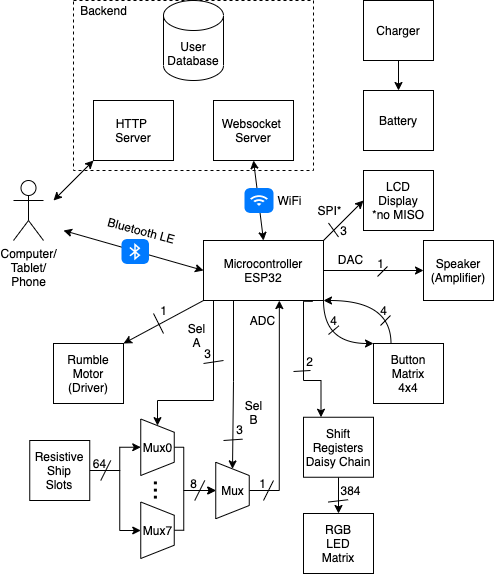
Sink-or-be-Sunk/Websocket_Server keeps this draw.io diagram as docs/diagrams/dest/FBD/FBD.png. Above is the earlier version. Source tidied: cells renumbered, new cells last; positions are measured from the earlier drawing's top-left corner, leaving out a move shared by most shapes. Its diagram source:
```xml
<mxGraphModel>
  <root>
    <mxCell id="0" />
    <mxCell id="1" parent="0" />
    <mxCell id="2" style="edgeStyle=orthogonalEdgeStyle;rounded=0;jumpStyle=none;jettySize=auto;html=1;exitX=0.25;exitY=1;exitDx=0;exitDy=0;startArrow=none;startFill=0;entryX=0;entryY=0.5;entryDx=0;entryDy=0;" parent="1" edge="1" source="6" target="52">
      <mxGeometry relative="1" as="geometry" />
    </mxCell>
    <mxCell id="3" style="edgeStyle=orthogonalEdgeStyle;rounded=0;jumpStyle=none;jettySize=auto;html=1;exitX=0.25;exitY=1;exitDx=0;exitDy=0;entryX=0;entryY=0.5;entryDx=0;entryDy=0;startArrow=none;startFill=0;" parent="1" edge="1" source="6" target="45">
      <mxGeometry relative="1" as="geometry">
        <Array as="points">
          <mxPoint x="200" y="300" />
          <mxPoint x="200" y="400" />
          <mxPoint x="144" y="400" />
        </Array>
      </mxGeometry>
    </mxCell>
    <mxCell id="4" style="edgeStyle=orthogonalEdgeStyle;jumpStyle=none;jettySize=auto;html=1;exitX=1;exitY=1;exitDx=0;exitDy=0;entryX=0;entryY=0;entryDx=0;entryDy=0;startArrow=none;startFill=0;curved=1;" parent="1" edge="1" source="6" target="29">
      <mxGeometry relative="1" as="geometry">
        <Array as="points">
          <mxPoint x="310" y="343" />
        </Array>
      </mxGeometry>
    </mxCell>
    <mxCell id="5" style="edgeStyle=orthogonalEdgeStyle;jumpStyle=none;jettySize=auto;html=1;exitX=0.91;exitY=1.014;exitDx=0;exitDy=0;entryX=0.25;entryY=0;entryDx=0;entryDy=0;startArrow=none;startFill=0;rounded=0;exitPerimeter=0;" parent="1" edge="1" source="6" target="22">
      <mxGeometry relative="1" as="geometry">
        <Array as="points">
          <mxPoint x="290" y="301" />
          <mxPoint x="290" y="380" />
          <mxPoint x="308" y="380" />
        </Array>
      </mxGeometry>
    </mxCell>
    <mxCell id="6" value="Microcontroller&lt;br&gt;ESP32" style="whiteSpace=wrap;html=1;" parent="1" vertex="1">
      <mxGeometry x="190" y="240" width="120" height="60" as="geometry" />
    </mxCell>
    <mxCell id="7" value="Websocket &lt;br&gt;Server" style="whiteSpace=wrap;html=1;" parent="1" vertex="1">
      <mxGeometry x="200" y="100" width="80" height="60" as="geometry" />
    </mxCell>
    <mxCell id="8" value="HTTP &lt;br&gt;Server" style="whiteSpace=wrap;html=1;" parent="1" vertex="1">
      <mxGeometry x="80" y="100" width="80" height="60" as="geometry" />
    </mxCell>
    <mxCell id="9" value="User&lt;br&gt;Database" style="shape=cylinder3;whiteSpace=wrap;html=1;boundedLbl=1;backgroundOutline=1;size=15;" parent="1" vertex="1">
      <mxGeometry x="150" width="60" height="80" as="geometry" />
    </mxCell>
    <mxCell id="10" value="Computer/&lt;br&gt;Tablet/&lt;br&gt;Phone" style="shape=umlActor;verticalLabelPosition=bottom;verticalAlign=top;html=1;" parent="1" vertex="1">
      <mxGeometry y="180" width="30" height="60" as="geometry" />
    </mxCell>
    <mxCell id="11" style="endArrow=classic;startArrow=classic;html=1;entryX=0;entryY=1;entryDx=0;entryDy=0;" parent="1" edge="1" target="8">
      <mxGeometry relative="1" as="geometry">
        <mxPoint x="40" y="200" as="sourcePoint" />
      </mxGeometry>
    </mxCell>
    <mxCell id="12" style="endArrow=classic;startArrow=classic;html=1;exitX=0;exitY=0.5;exitDx=0;exitDy=0;" parent="1" edge="1" source="6">
      <mxGeometry relative="1" as="geometry">
        <mxPoint x="50" y="230" as="targetPoint" />
      </mxGeometry>
    </mxCell>
    <mxCell id="13" value="Bluetooth LE" style="text;html=1;align=center;verticalAlign=middle;strokeColor=none;rotation=15;" parent="1" vertex="1">
      <mxGeometry x="88" y="219.5" width="80" height="20" as="geometry" />
    </mxCell>
    <mxCell id="14" style="html=1;strokeWidth=1;shadow=0;dashed=0;shape=mxgraph.ios7.misc.bluetooth;fillColor=#007AFF;strokeColor=none;buttonText=;strokeColor2=#222222;fontColor=#222222;fontSize=8;verticalLabelPosition=bottom;verticalAlign=top;align=center;" parent="1" vertex="1">
      <mxGeometry x="108" y="238.5" width="27.5" height="25" as="geometry" />
    </mxCell>
    <mxCell id="15" style="endArrow=classic;startArrow=classic;html=1;entryX=0.5;entryY=1;entryDx=0;entryDy=0;exitX=0.5;exitY=0;exitDx=0;exitDy=0;" parent="1" edge="1" source="6" target="7">
      <mxGeometry relative="1" as="geometry" />
    </mxCell>
    <mxCell id="16" style="html=1;strokeWidth=1;shadow=0;dashed=0;shape=mxgraph.ios7.misc.wifi;fillColor=#007AFF;strokeColor=none;buttonText=;strokeColor2=#222222;fontColor=#222222;fontSize=8;verticalLabelPosition=bottom;verticalAlign=top;align=center;" parent="1" vertex="1">
      <mxGeometry x="231" y="187.5" width="29" height="25" as="geometry" />
    </mxCell>
    <mxCell id="17" value="WiFi" style="text;html=1;align=center;verticalAlign=middle;strokeColor=none;" parent="1" vertex="1">
      <mxGeometry x="256" y="190" width="40" height="20" as="geometry" />
    </mxCell>
    <mxCell id="18" style="rounded=0;whiteSpace=wrap;html=1;fillColor=none;dashed=1;" parent="1" vertex="1">
      <mxGeometry x="60" width="240" height="170" as="geometry" />
    </mxCell>
    <mxCell id="19" value="Backend" style="text;html=1;align=center;verticalAlign=middle;strokeColor=none;" parent="1" vertex="1">
      <mxGeometry x="60" width="60" height="20" as="geometry" />
    </mxCell>
    <mxCell id="20" value="Rumble&lt;br&gt;Motor (Driver)" style="rounded=0;whiteSpace=wrap;html=1;" parent="1" vertex="1">
      <mxGeometry x="40" y="343" width="70" height="60" as="geometry" />
    </mxCell>
    <mxCell id="21" style="edgeStyle=orthogonalEdgeStyle;rounded=0;jumpStyle=none;jettySize=auto;html=1;exitX=0.5;exitY=1;exitDx=0;exitDy=0;entryX=0.5;entryY=0;entryDx=0;entryDy=0;startArrow=none;startFill=0;" parent="1" edge="1" source="22" target="72">
      <mxGeometry relative="1" as="geometry" />
    </mxCell>
    <mxCell id="22" value="Shift&lt;br&gt;Registers&lt;br&gt;Daisy Chain" style="rounded=0;whiteSpace=wrap;html=1;" parent="1" vertex="1">
      <mxGeometry x="290" y="416.8" width="70" height="60" as="geometry" />
    </mxCell>
    <mxCell id="23" style="edgeStyle=orthogonalEdgeStyle;rounded=0;jettySize=auto;html=1;strokeColor=#000000;" parent="1" edge="1" source="24" target="75">
      <mxGeometry relative="1" as="geometry" />
    </mxCell>
    <mxCell id="24" value="Charger" style="rounded=0;whiteSpace=wrap;html=1;" parent="1" vertex="1">
      <mxGeometry x="350" width="70" height="60" as="geometry" />
    </mxCell>
    <mxCell id="25" value="Speaker&lt;br&gt;(Amplifier)" style="rounded=0;whiteSpace=wrap;html=1;" parent="1" vertex="1">
      <mxGeometry x="410" y="240" width="70" height="60" as="geometry" />
    </mxCell>
    <mxCell id="26" value="SPI*" style="text;html=1;align=center;verticalAlign=middle;strokeColor=none;" parent="1" vertex="1">
      <mxGeometry x="296" y="200" width="40" height="20" as="geometry" />
    </mxCell>
    <mxCell id="27" value="DAC" style="text;html=1;align=center;verticalAlign=middle;strokeColor=none;" parent="1" vertex="1">
      <mxGeometry x="317" y="249" width="40" height="20" as="geometry" />
    </mxCell>
    <mxCell id="28" style="edgeStyle=orthogonalEdgeStyle;jumpStyle=none;jettySize=auto;html=1;exitX=0.25;exitY=0;exitDx=0;exitDy=0;entryX=1;entryY=1;entryDx=0;entryDy=0;startArrow=none;startFill=0;curved=1;" parent="1" edge="1" source="29" target="6">
      <mxGeometry relative="1" as="geometry">
        <Array as="points">
          <mxPoint x="377" y="300" />
        </Array>
      </mxGeometry>
    </mxCell>
    <mxCell id="29" value="Button&lt;br&gt;Matrix&lt;br&gt;4x4" style="rounded=0;whiteSpace=wrap;html=1;" parent="1" vertex="1">
      <mxGeometry x="360" y="343" width="70" height="60" as="geometry" />
    </mxCell>
    <mxCell id="30" style="endArrow=none;html=1;" parent="1" edge="1">
      <mxGeometry relative="1" as="geometry">
        <mxPoint x="150" y="333" as="sourcePoint" />
        <mxPoint x="140" y="313" as="targetPoint" />
      </mxGeometry>
    </mxCell>
    <mxCell id="31" value="1" style="text;html=1;align=center;verticalAlign=middle;strokeColor=none;" parent="1" vertex="1">
      <mxGeometry x="140" y="300" width="20" height="20" as="geometry" />
    </mxCell>
    <mxCell id="32" style="endArrow=none;html=1;entryX=1.024;entryY=1.063;entryDx=0;entryDy=0;entryPerimeter=0;" parent="1" edge="1">
      <mxGeometry relative="1" as="geometry">
        <mxPoint x="315" y="334" as="sourcePoint" />
        <mxPoint x="325.5" y="325.3" as="targetPoint" />
      </mxGeometry>
    </mxCell>
    <mxCell id="33" value="4" style="text;html=1;align=center;verticalAlign=middle;strokeColor=none;" parent="1" vertex="1">
      <mxGeometry x="310" y="310" width="20" height="20" as="geometry" />
    </mxCell>
    <mxCell id="34" style="endArrow=classic;html=1;entryX=1;entryY=0;entryDx=0;entryDy=0;exitX=0;exitY=1;exitDx=0;exitDy=0;" parent="1" edge="1" source="6" target="20">
      <mxGeometry relative="1" as="geometry" />
    </mxCell>
    <mxCell id="35" value="LCD&lt;br&gt;Display&lt;br&gt;&lt;span&gt;*no MISO&lt;/span&gt;" style="rounded=0;whiteSpace=wrap;html=1;" parent="1" vertex="1">
      <mxGeometry x="350" y="170" width="70" height="60" as="geometry" />
    </mxCell>
    <mxCell id="36" style="endArrow=classic;html=1;exitX=1;exitY=0.5;exitDx=0;exitDy=0;entryX=0;entryY=0.5;entryDx=0;entryDy=0;" parent="1" edge="1" source="6" target="25">
      <mxGeometry relative="1" as="geometry" />
    </mxCell>
    <mxCell id="37" style="endArrow=classic;html=1;entryX=0;entryY=0.5;entryDx=0;entryDy=0;exitX=1;exitY=0;exitDx=0;exitDy=0;" parent="1" edge="1" source="6" target="35">
      <mxGeometry relative="1" as="geometry" />
    </mxCell>
    <mxCell id="38" style="endArrow=none;html=1;" parent="1" edge="1">
      <mxGeometry relative="1" as="geometry">
        <mxPoint x="325" y="236.5" as="sourcePoint" />
        <mxPoint x="315" y="222.5" as="targetPoint" />
      </mxGeometry>
    </mxCell>
    <mxCell id="39" style="endArrow=none;html=1;" parent="1" edge="1">
      <mxGeometry relative="1" as="geometry">
        <mxPoint x="364" y="276" as="sourcePoint" />
        <mxPoint x="374" y="266" as="targetPoint" />
      </mxGeometry>
    </mxCell>
    <mxCell id="40" value="1" style="text;html=1;align=center;verticalAlign=middle;strokeColor=none;" parent="1" vertex="1">
      <mxGeometry x="357" y="253" width="20" height="20" as="geometry" />
    </mxCell>
    <mxCell id="41" style="edgeStyle=orthogonalEdgeStyle;rounded=0;jumpStyle=none;jettySize=auto;html=1;exitX=1;exitY=0.5;exitDx=0;exitDy=0;startArrow=none;startFill=0;entryX=0.5;entryY=1;entryDx=0;entryDy=0;" parent="1" edge="1" source="43" target="45">
      <mxGeometry relative="1" as="geometry">
        <Array as="points">
          <mxPoint x="106.2" y="470" />
          <mxPoint x="106.2" y="447" />
        </Array>
      </mxGeometry>
    </mxCell>
    <mxCell id="42" style="edgeStyle=orthogonalEdgeStyle;rounded=0;jumpStyle=none;jettySize=auto;html=1;exitX=1;exitY=0.5;exitDx=0;exitDy=0;startArrow=none;startFill=0;" parent="1" edge="1" source="43">
      <mxGeometry relative="1" as="geometry">
        <mxPoint x="127.2" y="530" as="targetPoint" />
        <Array as="points">
          <mxPoint x="106.2" y="470" />
          <mxPoint x="106.2" y="530" />
        </Array>
      </mxGeometry>
    </mxCell>
    <mxCell id="43" value="Resistive&lt;br&gt;Ship&lt;br&gt;Slots" style="rounded=0;whiteSpace=wrap;html=1;" parent="1" vertex="1">
      <mxGeometry x="16.2" y="440" width="60" height="60" as="geometry" />
    </mxCell>
    <mxCell id="44" style="edgeStyle=orthogonalEdgeStyle;rounded=0;jumpStyle=none;jettySize=auto;html=1;exitX=0.5;exitY=0;exitDx=0;exitDy=0;startArrow=none;startFill=0;entryX=0.5;entryY=1;entryDx=0;entryDy=0;" parent="1" edge="1" source="45" target="52">
      <mxGeometry relative="1" as="geometry">
        <Array as="points">
          <mxPoint x="170.2" y="447" />
          <mxPoint x="170.2" y="490" />
        </Array>
      </mxGeometry>
    </mxCell>
    <mxCell id="45" style="shape=trapezoid;perimeter=trapezoidPerimeter;whiteSpace=wrap;html=1;fixedSize=1;rotation=90;size=13.25;" parent="1" vertex="1">
      <mxGeometry x="115.8" y="430" width="56.5" height="33.5" as="geometry" />
    </mxCell>
    <mxCell id="46" value="Mux0" style="text;html=1;align=center;verticalAlign=middle;strokeColor=none;" parent="1" vertex="1">
      <mxGeometry x="124" y="436.8" width="40" height="20" as="geometry" />
    </mxCell>
    <mxCell id="47" value="&lt;font style=&quot;font-size: 26px&quot;&gt;...&lt;/font&gt;" style="text;html=1;align=center;verticalAlign=middle;strokeColor=none;rotation=90;" parent="1" vertex="1">
      <mxGeometry x="130.2" y="480" width="40" height="20" as="geometry" />
    </mxCell>
    <mxCell id="48" style="edgeStyle=orthogonalEdgeStyle;rounded=0;jumpStyle=none;jettySize=auto;html=1;exitX=0.5;exitY=0;exitDx=0;exitDy=0;entryX=0.5;entryY=1;entryDx=0;entryDy=0;startArrow=none;startFill=0;" parent="1" edge="1" source="49" target="52">
      <mxGeometry relative="1" as="geometry">
        <Array as="points">
          <mxPoint x="170.2" y="530" />
          <mxPoint x="170.2" y="490" />
        </Array>
      </mxGeometry>
    </mxCell>
    <mxCell id="49" style="shape=trapezoid;perimeter=trapezoidPerimeter;whiteSpace=wrap;html=1;fixedSize=1;rotation=90;size=13.25;" parent="1" vertex="1">
      <mxGeometry x="115.8" y="513" width="56.5" height="33.5" as="geometry" />
    </mxCell>
    <mxCell id="50" value="Mux7" style="text;html=1;align=center;verticalAlign=middle;strokeColor=none;" parent="1" vertex="1">
      <mxGeometry x="124.2" y="519.8" width="40" height="20" as="geometry" />
    </mxCell>
    <mxCell id="51" style="edgeStyle=orthogonalEdgeStyle;rounded=0;jumpStyle=none;jettySize=auto;html=1;exitX=0.5;exitY=0;exitDx=0;exitDy=0;entryX=0.632;entryY=1.001;entryDx=0;entryDy=0;startArrow=none;startFill=0;entryPerimeter=0;" parent="1" edge="1" source="52" target="6">
      <mxGeometry relative="1" as="geometry" />
    </mxCell>
    <mxCell id="52" style="shape=trapezoid;perimeter=trapezoidPerimeter;whiteSpace=wrap;html=1;fixedSize=1;rotation=90;size=13.25;" parent="1" vertex="1">
      <mxGeometry x="190.8" y="473.2" width="56.5" height="33.5" as="geometry" />
    </mxCell>
    <mxCell id="53" value="Mux" style="text;html=1;align=center;verticalAlign=middle;strokeColor=none;" parent="1" vertex="1">
      <mxGeometry x="199" y="480" width="40" height="20" as="geometry" />
    </mxCell>
    <mxCell id="54" style="endArrow=none;html=1;" parent="1" edge="1">
      <mxGeometry relative="1" as="geometry">
        <mxPoint x="181.2" y="500" as="sourcePoint" />
        <mxPoint x="191.2" y="480" as="targetPoint" />
      </mxGeometry>
    </mxCell>
    <mxCell id="55" value="8" style="text;html=1;align=center;verticalAlign=middle;strokeColor=none;" parent="1" vertex="1">
      <mxGeometry x="170.2" y="473.2" width="20" height="20" as="geometry" />
    </mxCell>
    <mxCell id="56" style="endArrow=none;html=1;" parent="1" edge="1">
      <mxGeometry relative="1" as="geometry">
        <mxPoint x="87.2" y="480" as="sourcePoint" />
        <mxPoint x="97.2" y="460" as="targetPoint" />
      </mxGeometry>
    </mxCell>
    <mxCell id="57" value="64" style="text;html=1;align=center;verticalAlign=middle;strokeColor=none;" parent="1" vertex="1">
      <mxGeometry x="71.2" y="453.2" width="30" height="20" as="geometry" />
    </mxCell>
    <mxCell id="58" style="endArrow=none;html=1;" parent="1" edge="1">
      <mxGeometry relative="1" as="geometry">
        <mxPoint x="250" y="500" as="sourcePoint" />
        <mxPoint x="260" y="480" as="targetPoint" />
      </mxGeometry>
    </mxCell>
    <mxCell id="59" value="1" style="text;html=1;align=center;verticalAlign=middle;strokeColor=none;" parent="1" vertex="1">
      <mxGeometry x="239" y="473.2" width="20" height="20" as="geometry" />
    </mxCell>
    <mxCell id="60" value="Sel&lt;br&gt;B" style="text;html=1;align=center;verticalAlign=middle;strokeColor=none;" parent="1" vertex="1">
      <mxGeometry x="225" y="397" width="30" height="30" as="geometry" />
    </mxCell>
    <mxCell id="61" style="endArrow=none;html=1;entryX=0.65;entryY=0.983;entryDx=0;entryDy=0;entryPerimeter=0;" parent="1" edge="1" target="62">
      <mxGeometry relative="1" as="geometry">
        <mxPoint x="210" y="440" as="sourcePoint" />
      </mxGeometry>
    </mxCell>
    <mxCell id="62" value="3" style="text;html=1;align=center;verticalAlign=middle;points=[];strokeColor=none;" parent="1" vertex="1">
      <mxGeometry x="216" y="419" width="20" height="20" as="geometry" />
    </mxCell>
    <mxCell id="63" value="Sel&lt;br&gt;A" style="text;html=1;align=center;verticalAlign=middle;strokeColor=none;" parent="1" vertex="1">
      <mxGeometry x="168" y="320" width="30" height="30" as="geometry" />
    </mxCell>
    <mxCell id="64" style="endArrow=none;html=1;" parent="1" edge="1">
      <mxGeometry relative="1" as="geometry">
        <mxPoint x="190" y="363" as="sourcePoint" />
        <mxPoint x="210" y="360" as="targetPoint" />
      </mxGeometry>
    </mxCell>
    <mxCell id="65" value="3" style="text;html=1;align=center;verticalAlign=middle;strokeColor=none;" parent="1" vertex="1">
      <mxGeometry x="184" y="343" width="20" height="20" as="geometry" />
    </mxCell>
    <mxCell id="66" value="ADC" style="text;html=1;align=center;verticalAlign=middle;strokeColor=none;" parent="1" vertex="1">
      <mxGeometry x="229" y="310" width="40" height="20" as="geometry" />
    </mxCell>
    <mxCell id="67" style="endArrow=none;html=1;" parent="1" edge="1">
      <mxGeometry relative="1" as="geometry">
        <mxPoint x="367" y="325" as="sourcePoint" />
        <mxPoint x="377" y="315" as="targetPoint" />
      </mxGeometry>
    </mxCell>
    <mxCell id="68" value="4" style="text;html=1;align=center;verticalAlign=middle;strokeColor=none;" parent="1" vertex="1">
      <mxGeometry x="360" y="300" width="20" height="20" as="geometry" />
    </mxCell>
    <mxCell id="69" value="3" style="text;html=1;align=center;verticalAlign=middle;strokeColor=none;" parent="1" vertex="1">
      <mxGeometry x="320" y="220" width="20" height="20" as="geometry" />
    </mxCell>
    <mxCell id="70" value="2" style="text;html=1;align=center;verticalAlign=middle;strokeColor=none;" parent="1" vertex="1">
      <mxGeometry x="286" y="351" width="20" height="20" as="geometry" />
    </mxCell>
    <mxCell id="71" style="endArrow=none;html=1;" parent="1" edge="1">
      <mxGeometry relative="1" as="geometry">
        <mxPoint x="280" y="371" as="sourcePoint" />
        <mxPoint x="297" y="370" as="targetPoint" />
      </mxGeometry>
    </mxCell>
    <mxCell id="72" value="RGB&lt;br&gt;LED&lt;br&gt;Matrix" style="rounded=0;whiteSpace=wrap;html=1;" parent="1" vertex="1">
      <mxGeometry x="290" y="513" width="70" height="60" as="geometry" />
    </mxCell>
    <mxCell id="73" value="384" style="text;html=1;align=center;verticalAlign=middle;points=[];strokeColor=none;" parent="1" vertex="1">
      <mxGeometry x="317" y="480" width="40" height="20" as="geometry" />
    </mxCell>
    <mxCell id="74" style="endArrow=none;html=1;entryX=0.44;entryY=0.961;entryDx=0;entryDy=0;entryPerimeter=0;exitX=-0.06;exitY=1.078;exitDx=0;exitDy=0;exitPerimeter=0;" parent="1" edge="1" source="73" target="73">
      <mxGeometry relative="1" as="geometry" />
    </mxCell>
    <mxCell id="75" value="Battery" style="rounded=0;whiteSpace=wrap;html=1;" parent="1" vertex="1">
      <mxGeometry x="350" y="90" width="70" height="60" as="geometry" />
    </mxCell>
  </root>
</mxGraphModel>
```
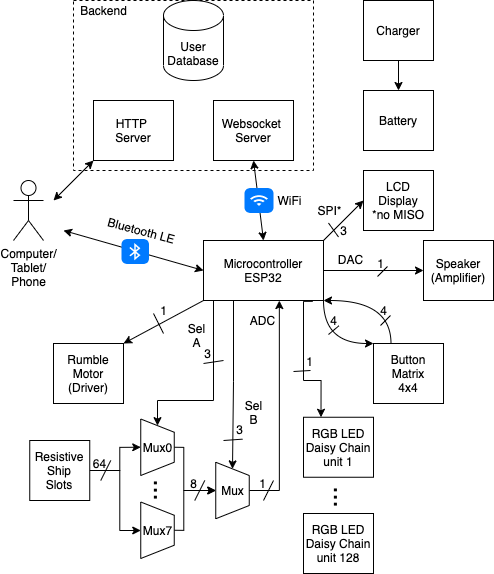
The same diagram one commit later.

Diff of the diagram source:
```diff
@@ -79,10 +79,7 @@
     <mxCell id="20" value="Rumble&lt;br&gt;Motor (Driver)" style="rounded=0;whiteSpace=wrap;html=1;" parent="1" vertex="1">
       <mxGeometry x="40" y="343" width="70" height="60" as="geometry" />
     </mxCell>
-    <mxCell id="21" style="edgeStyle=orthogonalEdgeStyle;rounded=0;jumpStyle=none;jettySize=auto;html=1;exitX=0.5;exitY=1;exitDx=0;exitDy=0;entryX=0.5;entryY=0;entryDx=0;entryDy=0;startArrow=none;startFill=0;" parent="1" edge="1" source="22" target="72">
-      <mxGeometry relative="1" as="geometry" />
-    </mxCell>
-    <mxCell id="22" value="Shift&lt;br&gt;Registers&lt;br&gt;Daisy Chain" style="rounded=0;whiteSpace=wrap;html=1;" parent="1" vertex="1">
+    <mxCell id="22" value="RGB LED&lt;br&gt;Daisy Chain&lt;br&gt;unit 1" style="rounded=0;whiteSpace=wrap;html=1;" parent="1" vertex="1">
       <mxGeometry x="290" y="416.8" width="70" height="60" as="geometry" />
     </mxCell>
     <mxCell id="23" style="edgeStyle=orthogonalEdgeStyle;rounded=0;jettySize=auto;html=1;strokeColor=#000000;" parent="1" edge="1" source="24" target="75">
@@ -280,7 +277,7 @@
     <mxCell id="69" value="3" style="text;html=1;align=center;verticalAlign=middle;strokeColor=none;" parent="1" vertex="1">
       <mxGeometry x="320" y="220" width="20" height="20" as="geometry" />
     </mxCell>
-    <mxCell id="70" value="2" style="text;html=1;align=center;verticalAlign=middle;strokeColor=none;" parent="1" vertex="1">
+    <mxCell id="70" value="1" style="text;html=1;align=center;verticalAlign=middle;strokeColor=none;" parent="1" vertex="1">
       <mxGeometry x="286" y="351" width="20" height="20" as="geometry" />
     </mxCell>
     <mxCell id="71" style="endArrow=none;html=1;" parent="1" edge="1">
@@ -289,17 +286,14 @@
         <mxPoint x="297" y="370" as="targetPoint" />
       </mxGeometry>
     </mxCell>
-    <mxCell id="72" value="RGB&lt;br&gt;LED&lt;br&gt;Matrix" style="rounded=0;whiteSpace=wrap;html=1;" parent="1" vertex="1">
+    <mxCell id="72" value="RGB LED&lt;br&gt;Daisy Chain&lt;br&gt;unit 128" style="rounded=0;whiteSpace=wrap;html=1;" parent="1" vertex="1">
       <mxGeometry x="290" y="513" width="70" height="60" as="geometry" />
     </mxCell>
-    <mxCell id="73" value="384" style="text;html=1;align=center;verticalAlign=middle;points=[];strokeColor=none;" parent="1" vertex="1">
-      <mxGeometry x="317" y="480" width="40" height="20" as="geometry" />
-    </mxCell>
-    <mxCell id="74" style="endArrow=none;html=1;entryX=0.44;entryY=0.961;entryDx=0;entryDy=0;entryPerimeter=0;exitX=-0.06;exitY=1.078;exitDx=0;exitDy=0;exitPerimeter=0;" parent="1" edge="1" source="73" target="73">
-      <mxGeometry relative="1" as="geometry" />
-    </mxCell>
     <mxCell id="75" value="Battery" style="rounded=0;whiteSpace=wrap;html=1;" parent="1" vertex="1">
       <mxGeometry x="350" y="90" width="70" height="60" as="geometry" />
     </mxCell>
+    <mxCell id="76" value="&lt;font style=&quot;font-size: 26px&quot;&gt;...&lt;/font&gt;" style="text;html=1;align=center;verticalAlign=middle;strokeColor=none;rotation=90;" parent="1" vertex="1">
+      <mxGeometry x="310" y="486.8" width="40" height="20" as="geometry" />
+    </mxCell>
   </root>
 </mxGraphModel>
```
